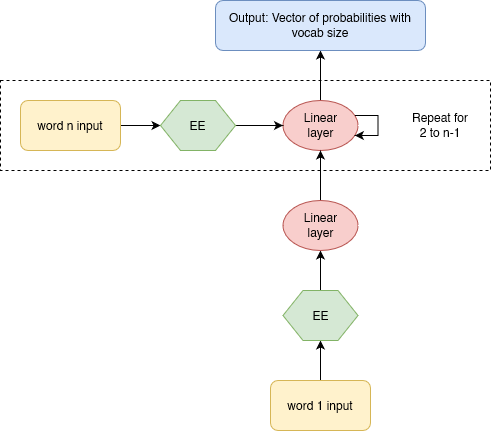
This is 12 - A Language Model from Scratch/images/basic_rnn.png from ferjorosa/learn-dl, a draw.io export, as it was before one commit. Source tidied: cells renumbered, new cells last; positions are measured from the earlier drawing's top-left corner, leaving out a move shared by most shapes. Source of this version:
```xml
<mxGraphModel>
  <root>
    <mxCell id="0" />
    <mxCell id="1" parent="0" />
    <mxCell id="2" style="rounded=0;whiteSpace=wrap;html=1;dashed=1;" parent="1" vertex="1">
      <mxGeometry y="80" width="490" height="90" as="geometry" />
    </mxCell>
    <mxCell id="3" style="edgeStyle=orthogonalEdgeStyle;rounded=0;jettySize=auto;html=1;" parent="1" edge="1" source="4" target="8">
      <mxGeometry relative="1" as="geometry" />
    </mxCell>
    <mxCell id="4" value="word 1 input" style="rounded=1;whiteSpace=wrap;html=1;fillColor=#fff2cc;strokeColor=#d6b656;" parent="1" vertex="1">
      <mxGeometry x="270" y="380" width="100" height="50" as="geometry" />
    </mxCell>
    <mxCell id="5" style="edgeStyle=orthogonalEdgeStyle;rounded=0;jettySize=auto;html=1;entryX=0.5;entryY=1;entryDx=0;entryDy=0;" parent="1" edge="1" source="6" target="17">
      <mxGeometry relative="1" as="geometry" />
    </mxCell>
    <mxCell id="6" value="&lt;div&gt;Linear &lt;br&gt;&lt;/div&gt;&lt;div&gt;layer&lt;/div&gt;" style="ellipse;whiteSpace=wrap;html=1;fillColor=#f8cecc;strokeColor=#b85450;" parent="1" vertex="1">
      <mxGeometry x="282.5" y="100" width="75" height="50" as="geometry" />
    </mxCell>
    <mxCell id="7" style="edgeStyle=orthogonalEdgeStyle;rounded=0;jettySize=auto;html=1;entryX=0.5;entryY=1;entryDx=0;entryDy=0;" parent="1" edge="1" source="8" target="14">
      <mxGeometry relative="1" as="geometry" />
    </mxCell>
    <mxCell id="8" value="EE" style="shape=hexagon;perimeter=hexagonPerimeter2;whiteSpace=wrap;html=1;fixedSize=1;fillColor=#d5e8d4;strokeColor=#82b366;" parent="1" vertex="1">
      <mxGeometry x="282.5" y="290" width="75" height="50" as="geometry" />
    </mxCell>
    <mxCell id="9" style="edgeStyle=orthogonalEdgeStyle;rounded=0;jettySize=auto;html=1;entryX=0;entryY=0.5;entryDx=0;entryDy=0;" parent="1" edge="1" source="10" target="12">
      <mxGeometry relative="1" as="geometry" />
    </mxCell>
    <mxCell id="10" value="word n input" style="rounded=1;whiteSpace=wrap;html=1;fillColor=#fff2cc;strokeColor=#d6b656;" parent="1" vertex="1">
      <mxGeometry x="20" y="100" width="100" height="50" as="geometry" />
    </mxCell>
    <mxCell id="11" style="edgeStyle=orthogonalEdgeStyle;rounded=0;jettySize=auto;html=1;" parent="1" edge="1" source="12" target="6">
      <mxGeometry relative="1" as="geometry" />
    </mxCell>
    <mxCell id="12" value="EE" style="shape=hexagon;perimeter=hexagonPerimeter2;whiteSpace=wrap;html=1;fixedSize=1;fillColor=#d5e8d4;strokeColor=#82b366;" parent="1" vertex="1">
      <mxGeometry x="160" y="100" width="75" height="50" as="geometry" />
    </mxCell>
    <mxCell id="13" style="edgeStyle=orthogonalEdgeStyle;rounded=0;jettySize=auto;html=1;" parent="1" edge="1" target="6">
      <mxGeometry relative="1" as="geometry">
        <mxPoint x="320" y="210" as="sourcePoint" />
      </mxGeometry>
    </mxCell>
    <mxCell id="14" value="&lt;div&gt;Linear &lt;br&gt;&lt;/div&gt;&lt;div&gt;layer&lt;/div&gt;" style="ellipse;whiteSpace=wrap;html=1;fillColor=#f8cecc;strokeColor=#b85450;" parent="1" vertex="1">
      <mxGeometry x="282.5" y="200" width="75" height="50" as="geometry" />
    </mxCell>
    <mxCell id="15" style="edgeStyle=orthogonalEdgeStyle;rounded=0;orthogonalLoop=1;jettySize=auto;html=1;" parent="1" edge="1" source="6" target="6">
      <mxGeometry relative="1" as="geometry" />
    </mxCell>
    <mxCell id="16" value="Repeat for 2 to n-1" style="text;html=1;strokeColor=none;fillColor=none;align=center;verticalAlign=middle;whiteSpace=wrap;rounded=0;" parent="1" vertex="1">
      <mxGeometry x="410" y="110" width="60" height="30" as="geometry" />
    </mxCell>
    <mxCell id="17" value="Output: Vector of probabilities with vocab size" style="rounded=1;whiteSpace=wrap;html=1;fillColor=#dae8fc;strokeColor=#6c8ebf;" parent="1" vertex="1">
      <mxGeometry x="215" width="210" height="50" as="geometry" />
    </mxCell>
  </root>
</mxGraphModel>
```
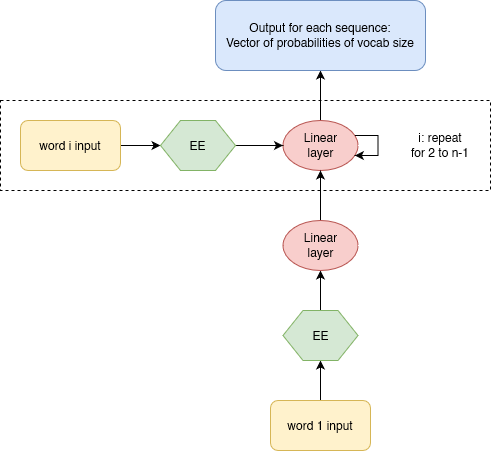
The same diagram one commit later.

The edit, as a diff of the source:
```diff
@@ -11,9 +11,9 @@
     <mxCell id="4" value="word 1 input" style="rounded=1;whiteSpace=wrap;html=1;fillColor=#fff2cc;strokeColor=#d6b656;" parent="1" vertex="1">
       <mxGeometry x="270" y="380" width="100" height="50" as="geometry" />
     </mxCell>
-    <mxCell id="5" style="edgeStyle=orthogonalEdgeStyle;rounded=0;jettySize=auto;html=1;entryX=0.5;entryY=1;entryDx=0;entryDy=0;" parent="1" edge="1" source="6" target="17">
-      <mxGeometry relative="1" as="geometry" />
-    </mxCell>
+    <mxCell id="18" style="edgeStyle=orthogonalEdgeStyle;rounded=0;jettySize=auto;html=1;entryX=0.5;entryY=1;entryDx=0;entryDy=0;" parent="1" edge="1" source="6" target="19">
+      <mxGeometry relative="1" as="geometry" />
+    </mxCell>
     <mxCell id="6" value="&lt;div&gt;Linear &lt;br&gt;&lt;/div&gt;&lt;div&gt;layer&lt;/div&gt;" style="ellipse;whiteSpace=wrap;html=1;fillColor=#f8cecc;strokeColor=#b85450;" parent="1" vertex="1">
       <mxGeometry x="282.5" y="100" width="75" height="50" as="geometry" />
     </mxCell>
@@ -26,7 +26,7 @@
     <mxCell id="9" style="edgeStyle=orthogonalEdgeStyle;rounded=0;jettySize=auto;html=1;entryX=0;entryY=0.5;entryDx=0;entryDy=0;" parent="1" edge="1" source="10" target="12">
       <mxGeometry relative="1" as="geometry" />
     </mxCell>
-    <mxCell id="10" value="word n input" style="rounded=1;whiteSpace=wrap;html=1;fillColor=#fff2cc;strokeColor=#d6b656;" parent="1" vertex="1">
+    <mxCell id="10" value="word i input" style="rounded=1;whiteSpace=wrap;html=1;fillColor=#fff2cc;strokeColor=#d6b656;" parent="1" vertex="1">
       <mxGeometry x="20" y="100" width="100" height="50" as="geometry" />
     </mxCell>
     <mxCell id="11" style="edgeStyle=orthogonalEdgeStyle;rounded=0;jettySize=auto;html=1;" parent="1" edge="1" source="12" target="6">
@@ -46,11 +46,11 @@
     <mxCell id="15" style="edgeStyle=orthogonalEdgeStyle;rounded=0;orthogonalLoop=1;jettySize=auto;html=1;" parent="1" edge="1" source="6" target="6">
       <mxGeometry relative="1" as="geometry" />
     </mxCell>
-    <mxCell id="16" value="Repeat for 2 to n-1" style="text;html=1;strokeColor=none;fillColor=none;align=center;verticalAlign=middle;whiteSpace=wrap;rounded=0;" parent="1" vertex="1">
+    <mxCell id="16" value="i: repeat for 2 to n-1" style="text;html=1;strokeColor=none;fillColor=none;align=center;verticalAlign=middle;whiteSpace=wrap;rounded=0;" parent="1" vertex="1">
       <mxGeometry x="410" y="110" width="60" height="30" as="geometry" />
     </mxCell>
-    <mxCell id="17" value="Output: Vector of probabilities with vocab size" style="rounded=1;whiteSpace=wrap;html=1;fillColor=#dae8fc;strokeColor=#6c8ebf;" parent="1" vertex="1">
-      <mxGeometry x="215" width="210" height="50" as="geometry" />
-    </mxCell>
+    <mxCell id="19" value="&lt;div&gt;Output for each sequence: &lt;br&gt;&lt;/div&gt;&lt;div&gt;Vector of probabilities of vocab size&lt;/div&gt;" style="rounded=1;whiteSpace=wrap;html=1;fillColor=#dae8fc;strokeColor=#6c8ebf;" parent="1" vertex="1">
+      <mxGeometry x="215" y="-20" width="210" height="70" as="geometry" />
+    </mxCell>
   </root>
 </mxGraphModel>
```
